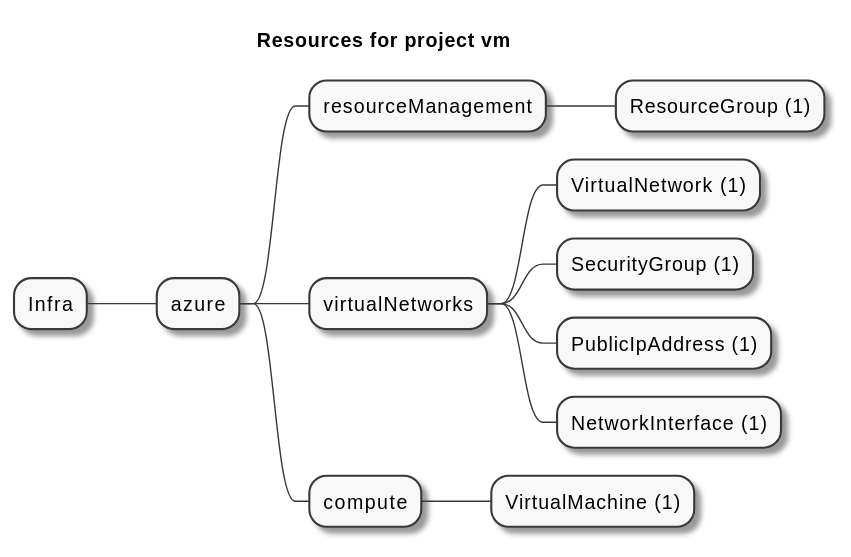
The PlantUML diagram artifacts/resources-mindmap.svg in FredericHeem/grucloud-azure-demo, before a commit.
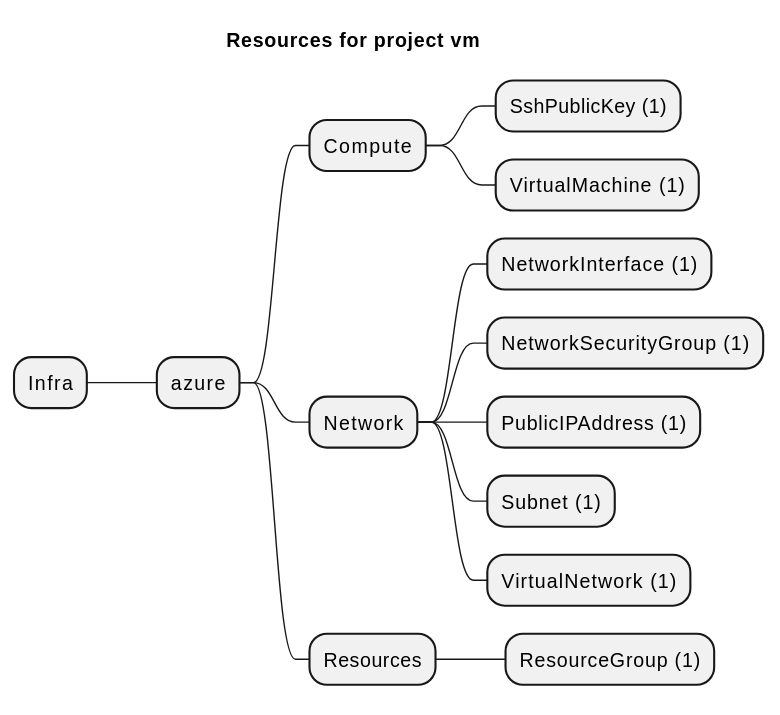
The same diagram one commit later.

The edit, as a diff of the source:
```diff
@@ -3,13 +3,15 @@
 skinparam monochrome true
 + Infra
 ++ azure
-+++ resourceManagement
++++ Compute
+++++ SshPublicKey (1)
+++++ VirtualMachine (1)
++++ Network
+++++ NetworkInterface (1)
+++++ NetworkSecurityGroup (1)
+++++ PublicIPAddress (1)
+++++ Subnet (1)
+++++ VirtualNetwork (1)
++++ Resources
 ++++ ResourceGroup (1)
-+++ virtualNetworks
-++++ VirtualNetwork (1)
-++++ SecurityGroup (1)
-++++ PublicIpAddress (1)
-++++ NetworkInterface (1)
-+++ compute
-++++ VirtualMachine (1)
 @endmindmap
```
